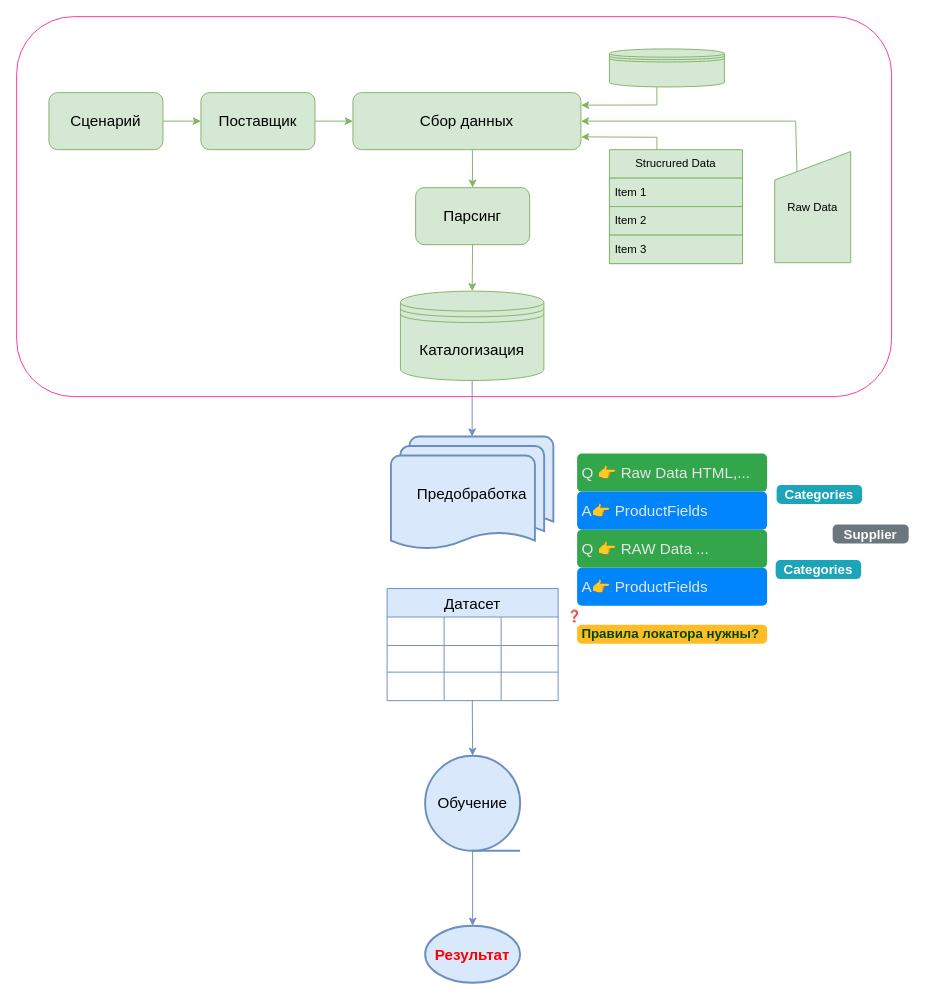
Before: page "התויית דרך" (1 of 4) of assets/draw.io/תקשורת-שרת-משתמש.drawio in hypo69/hypotez, a draw.io diagram. Source tidied: cells renumbered, new cells numbered last; positions are measured from the earlier drawing's top-left corner, leaving out a move shared by most shapes. Both pictures are drawn from the tidied source at 95%, with x=0, y=0 at pixel (16, 16).
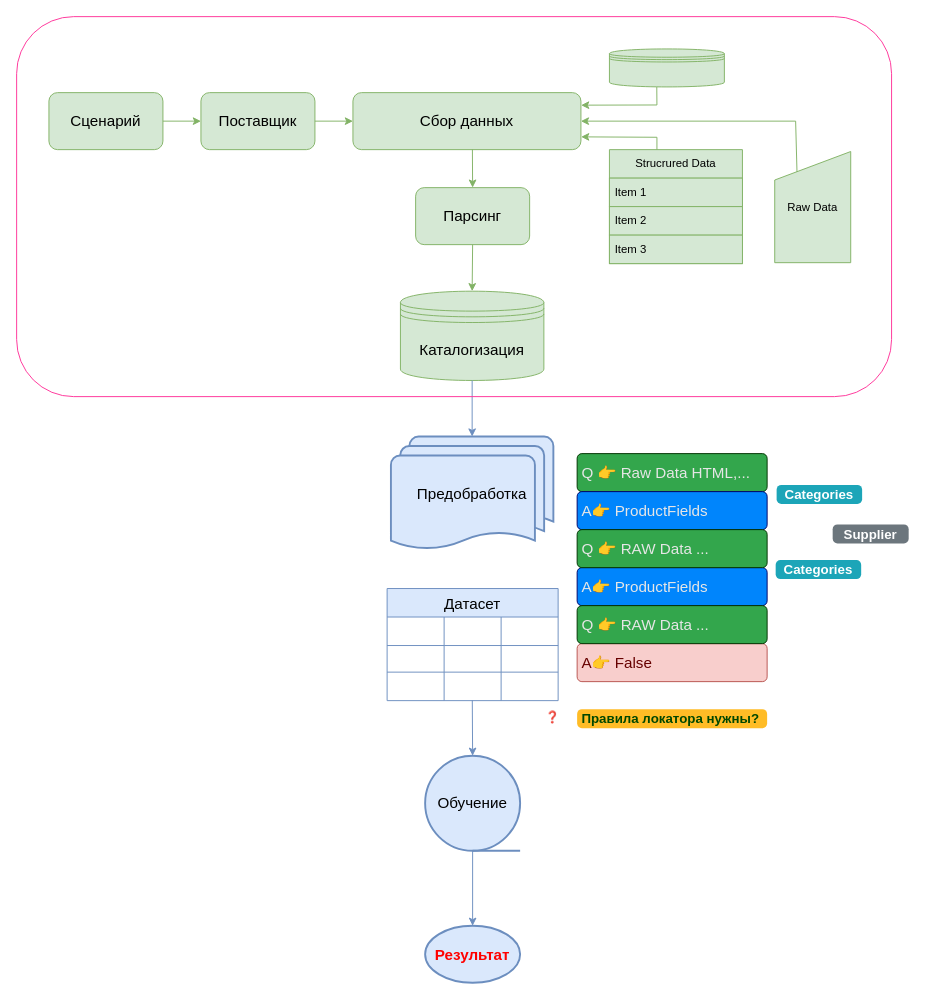
The same page after the edit.

The change refers to these unchanged cells:
```xml
<mxCell id="26" style="group;" parent="1" vertex="1">
  <mxGeometry x="590" y="460" width="200" height="160" as="geometry" />
</mxCell>
```

Diff of the diagram source:
```diff
@@
-    <mxCell id="27" value="&lt;font color=&quot;#e6e6e6&quot;&gt;Q 👉 Raw Data HTML,...&lt;/font&gt;" style="html=1;shadow=0;dashed=0;shape=mxgraph.bootstrap.rrect;rSize=5;strokeColor=none;strokeWidth=1;fillColor=#33A64C;fontColor=#FFFFFF;whiteSpace=wrap;align=left;verticalAlign=middle;spacingLeft=0;fontStyle=0;fontSize=16;spacing=5;" parent="26" vertex="1">
+    <mxCell id="27" value="&lt;font color=&quot;#e6e6e6&quot;&gt;Q 👉 Raw Data HTML,...&lt;/font&gt;" style="html=1;shadow=0;dashed=0;shape=mxgraph.bootstrap.rrect;rSize=5;strokeColor=#003300;strokeWidth=1;fillColor=#33A64C;fontColor=#FFFFFF;whiteSpace=wrap;align=left;verticalAlign=middle;spacingLeft=0;fontStyle=0;fontSize=16;spacing=5;" parent="26" vertex="1">
       <mxGeometry width="200" height="40" as="geometry" />
     </mxCell>
-    <mxCell id="28" value="&lt;font color=&quot;#e6e6e6&quot;&gt;A👉 ProductFields&lt;/font&gt;" style="html=1;shadow=0;dashed=0;shape=mxgraph.bootstrap.rrect;rSize=5;strokeColor=none;strokeWidth=1;fillColor=#0085FC;fontColor=#FFFFFF;whiteSpace=wrap;align=left;verticalAlign=middle;spacingLeft=0;fontStyle=0;fontSize=16;spacing=5;" parent="26" vertex="1">
+    <mxCell id="28" value="&lt;font color=&quot;#e6e6e6&quot;&gt;A👉 ProductFields&lt;/font&gt;" style="html=1;shadow=0;dashed=0;shape=mxgraph.bootstrap.rrect;rSize=5;strokeColor=#000066;strokeWidth=1;fillColor=#0085FC;fontColor=#FFFFFF;whiteSpace=wrap;align=left;verticalAlign=middle;spacingLeft=0;fontStyle=0;fontSize=16;spacing=5;" parent="26" vertex="1">
       <mxGeometry y="40" width="200" height="40" as="geometry" />
     </mxCell>
-    <mxCell id="29" value="&lt;font color=&quot;#e6e6e6&quot;&gt;A👉 ProductFields&lt;/font&gt;" style="html=1;shadow=0;dashed=0;shape=mxgraph.bootstrap.rrect;rSize=5;strokeColor=none;strokeWidth=1;fillColor=#0085FC;fontColor=#FFFFFF;whiteSpace=wrap;align=left;verticalAlign=middle;spacingLeft=0;fontStyle=0;fontSize=16;spacing=5;" parent="26" vertex="1">
+    <mxCell id="29" value="&lt;font color=&quot;#e6e6e6&quot;&gt;A👉 ProductFields&lt;/font&gt;" style="html=1;shadow=0;dashed=0;shape=mxgraph.bootstrap.rrect;rSize=5;strokeColor=#000066;strokeWidth=1;fillColor=#0085FC;fontColor=#FFFFFF;whiteSpace=wrap;align=left;verticalAlign=middle;spacingLeft=0;fontStyle=0;fontSize=16;spacing=5;" parent="26" vertex="1">
       <mxGeometry y="120" width="200" height="40" as="geometry" />
     </mxCell>
-    <mxCell id="30" value="&lt;font color=&quot;#e6e6e6&quot;&gt;Q 👉 RAW Data ...&lt;/font&gt;" style="html=1;shadow=0;dashed=0;shape=mxgraph.bootstrap.rrect;rSize=5;strokeColor=none;strokeWidth=1;fillColor=#33A64C;fontColor=#FFFFFF;whiteSpace=wrap;align=left;verticalAlign=middle;spacingLeft=0;fontStyle=0;fontSize=16;spacing=5;" parent="26" vertex="1">
+    <mxCell id="30" value="&lt;font color=&quot;#e6e6e6&quot;&gt;Q 👉 RAW Data ...&lt;/font&gt;" style="html=1;shadow=0;dashed=0;shape=mxgraph.bootstrap.rrect;rSize=5;strokeColor=#003300;strokeWidth=1;fillColor=#33A64C;fontColor=#FFFFFF;whiteSpace=wrap;align=left;verticalAlign=middle;spacingLeft=0;fontStyle=0;fontSize=16;spacing=5;" parent="26" vertex="1">
       <mxGeometry y="80" width="200" height="40" as="geometry" />
     </mxCell>
@@
     <mxCell id="33" value="❓" style="text;whiteSpace=wrap;html=1;" parent="1" vertex="1">
-      <mxGeometry x="578" y="618" width="25.5" height="30" as="geometry" />
+      <mxGeometry x="555" y="724" width="25.5" height="30" as="geometry" />
     </mxCell>
@@
     <mxCell id="45" value="&lt;font color=&quot;#004700&quot;&gt;Правила локатора нужны?&lt;/font&gt;" style="html=1;shadow=0;dashed=0;shape=mxgraph.bootstrap.rrect;rSize=5;strokeColor=none;strokeWidth=1;fillColor=#FFBC26;fontColor=#000000;whiteSpace=wrap;align=left;verticalAlign=middle;spacingLeft=0;fontStyle=1;fontSize=14;spacing=5;" parent="1" vertex="1">
-      <mxGeometry x="590" y="640" width="200" height="20" as="geometry" />
+      <mxGeometry x="590" y="729" width="200" height="20" as="geometry" />
     </mxCell>
@@
+    <mxCell id="51" value="&lt;font color=&quot;#660000&quot;&gt;A👉 False&lt;/font&gt;" style="html=1;shadow=0;dashed=0;shape=mxgraph.bootstrap.rrect;rSize=5;strokeColor=#b85450;strokeWidth=1;fillColor=#f8cecc;whiteSpace=wrap;align=left;verticalAlign=middle;spacingLeft=0;fontStyle=0;fontSize=16;spacing=5;" parent="1" vertex="1">
+      <mxGeometry x="590" y="660" width="200" height="40" as="geometry" />
+    </mxCell>
+    <mxCell id="52" value="&lt;font color=&quot;#e6e6e6&quot;&gt;Q 👉 RAW Data ...&lt;/font&gt;" style="html=1;shadow=0;dashed=0;shape=mxgraph.bootstrap.rrect;rSize=5;strokeColor=#003300;strokeWidth=1;fillColor=#33A64C;fontColor=#FFFFFF;whiteSpace=wrap;align=left;verticalAlign=middle;spacingLeft=0;fontStyle=0;fontSize=16;spacing=5;" parent="1" vertex="1">
+      <mxGeometry x="590" y="620" width="200" height="40" as="geometry" />
+    </mxCell>
```
